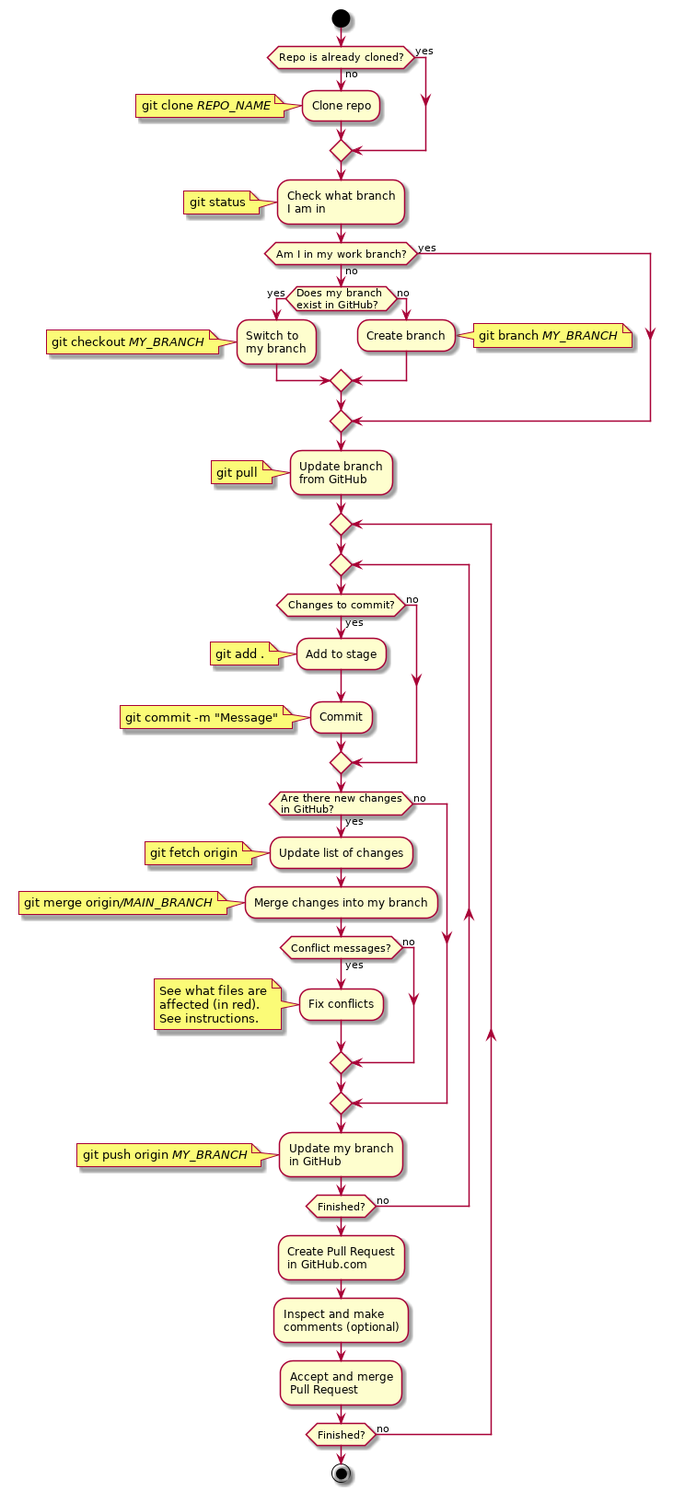
This is images/git_workflow.png from interfacesweb/interfacesweb.github.io, a PlantUML export, as it was before one commit.
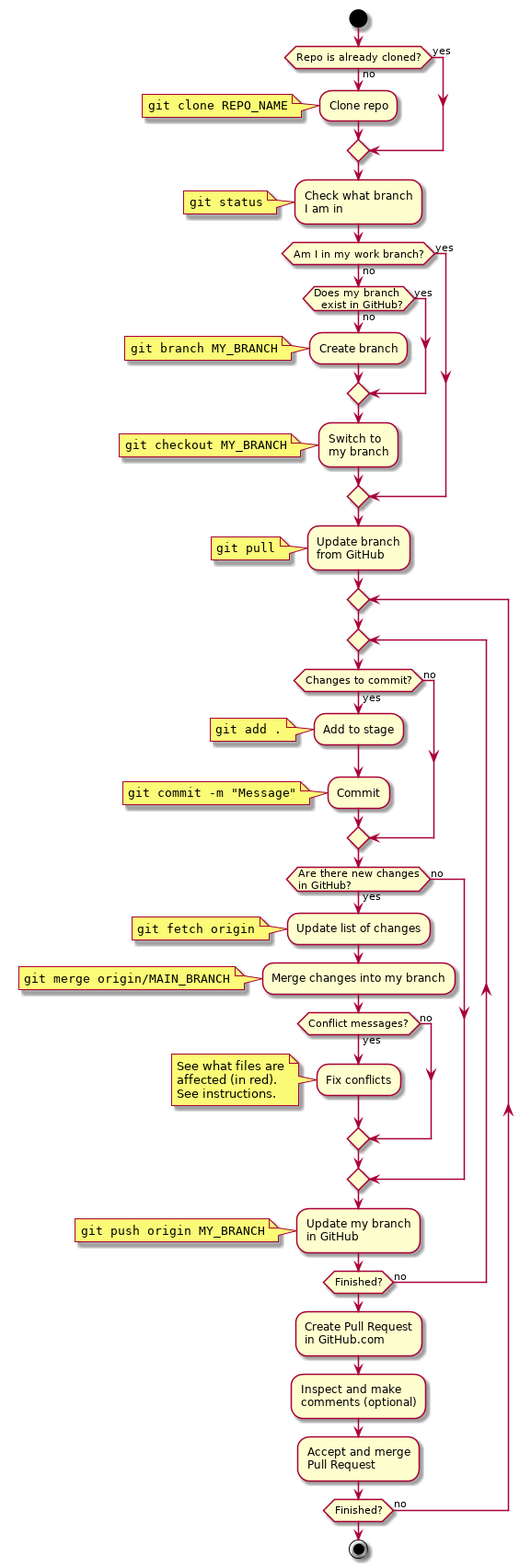
Later version of the same file.

Commit message:
Mejoro flujo Git.

What changed in the source:
```diff
@@ -4,35 +4,35 @@
 if (Repo is already cloned?) then (no)
   :Clone repo;
   note left
-    git clone //REPO_NAME//
+    ""git clone REPO_NAME""
   end note
 else(yes)
 endif
 :Check what branch
 I am in;
 note left
-  git status
+  ""git status""
 end note
 if (Am I in my work branch?) then (no)
-if (Does my branch
-exist in GitHub?) then (yes)
+  if (Does my branch
+  exist in GitHub?) then (no)
+    :Create branch;
+    note left
+      ""git branch MY_BRANCH""
+    end note
+  else (yes)
+  endif
   :Switch to
   my branch;
   note left
-    git checkout //MY_BRANCH//
+    ""git checkout MY_BRANCH""
   end note
-else (no)
-  :Create branch;
-  note right
-    git branch //MY_BRANCH//
-  end note
-endif
 else (yes)
 endif
 :Update branch
 from GitHub;
 note left
-  git pull
+  ""git pull""
 end note
 
 repeat
@@ -41,11 +41,11 @@
 if (Changes to commit?) then (yes)
   :Add to stage;
   note left
-    git add .
+    ""git add .""
   end note
   :Commit;
   note left
-    git commit -m "Message"
+    ""git commit -m "Message"""
   end note
 else (no)
 endif
@@ -53,11 +53,11 @@
 in GitHub?) then (yes)
   :Update list of changes;
   note left
-    git fetch origin
+    ""git fetch origin""
   end note
   :Merge changes into my branch;
   note left
-    git merge origin///MAIN_BRANCH//
+    ""git merge origin/MAIN_BRANCH""
   end note
   if (Conflict messages?) then (yes)
     :Fix conflicts;
@@ -73,7 +73,7 @@
 :Update my branch
 in GitHub;
 note left
-  git push origin //MY_BRANCH//
+  ""git push origin MY_BRANCH""
 end note
 
 repeat while (Finished?) is (no)
```
